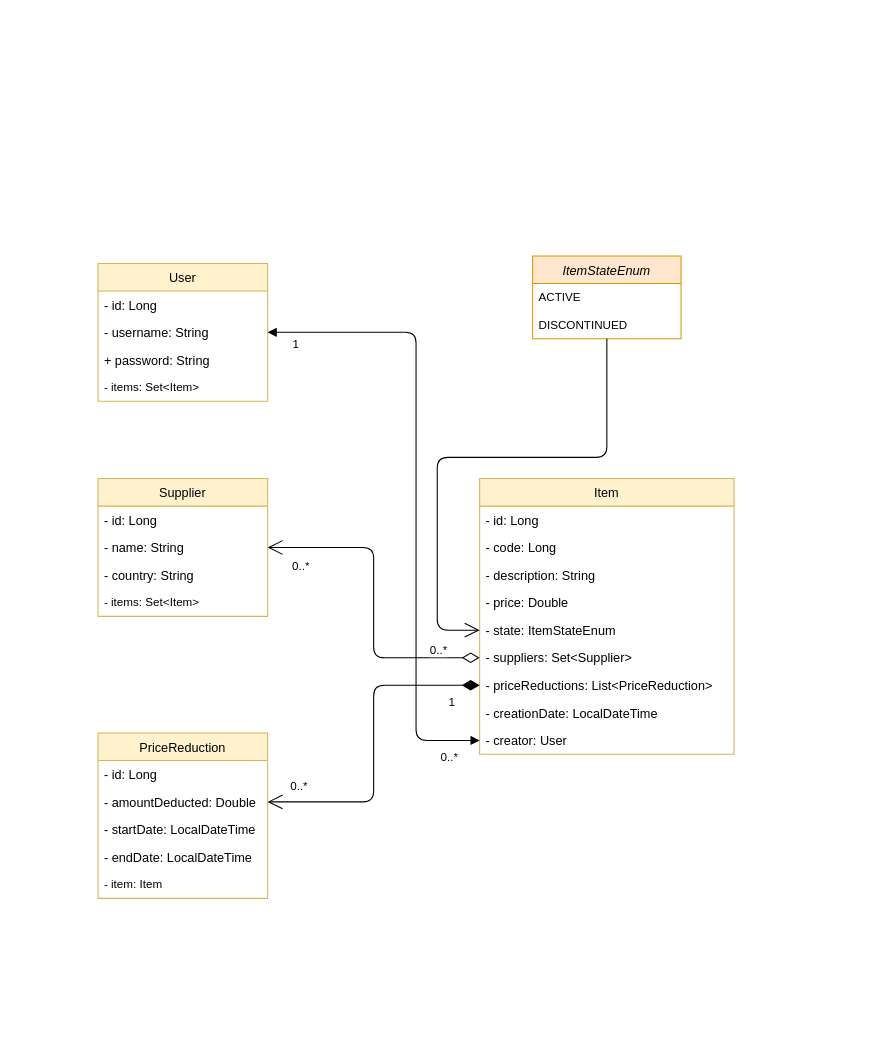
Zeida/example-business-java-api keeps this draw.io diagram as docs/uml_diagram_drawio.drawio. Above is the earlier version. Source tidied: cells renumbered, new cells numbered last; positions are measured from the earlier drawing's top-left corner, leaving out a move shared by most shapes. Both pictures are drawn from the tidied source at 106%, with x=0, y=0 at pixel (98, 255).
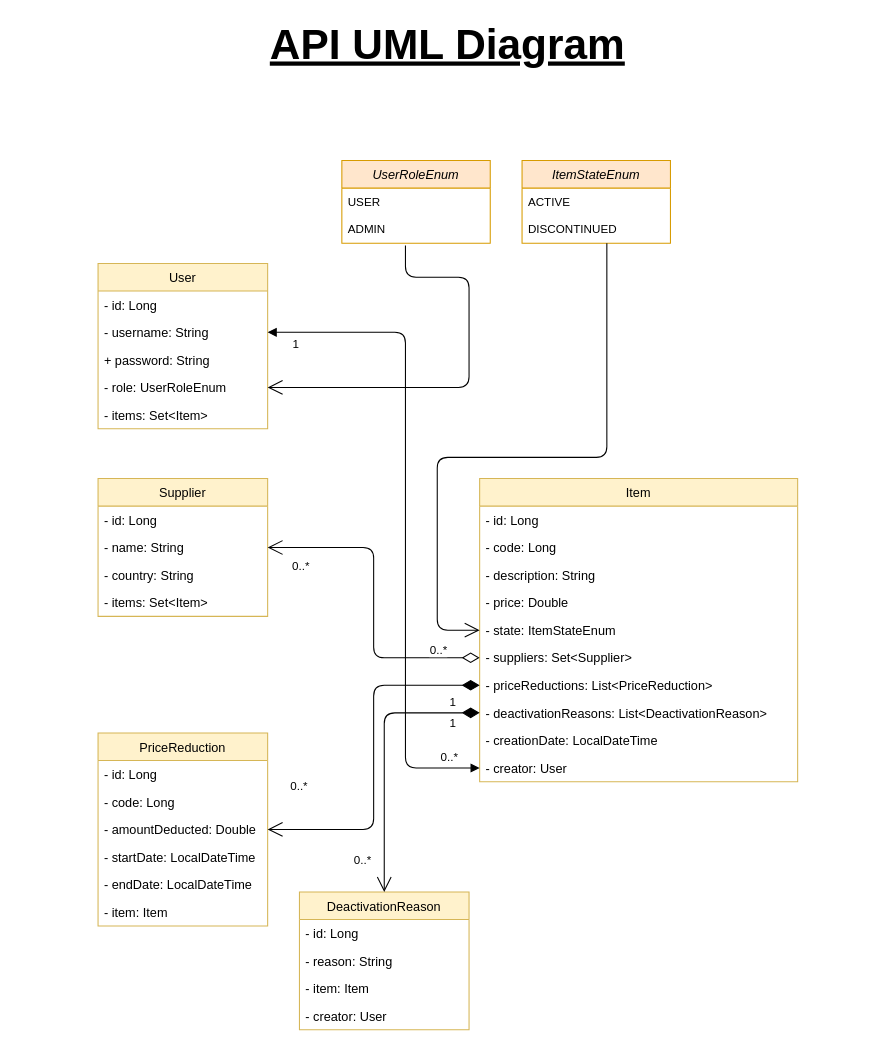
Above is the later version.

Commit message (it also covers changes not shown here):
Fixed Item tests to take into account the check on auth user. Generated getter/setter for deactivations in Item and ItemDTO. Update the UML diagram with the final model.

The change refers to these unchanged cells:
```xml
<mxCell id="15" value="Supplier" style="swimlane;fontStyle=0;horizontal=1;startSize=26;fillColor=#fff2cc;strokeColor=#d6b656;" parent="1" vertex="1">
  <mxGeometry y="210" width="160" height="130" as="geometry" />
</mxCell>
<mxCell id="28" value="- username: String" style="text;strokeColor=none;fillColor=none;align=left;verticalAlign=top;spacingLeft=4;spacingRight=4;overflow=hidden;points=[[0,0.5],[1,0.5]];portConstraint=eastwest;" parent="26" vertex="1">
  <mxGeometry y="52" width="160" height="26" as="geometry" />
</mxCell>
```

What changed in the source:
```diff
@@
     <mxCell id="2" value="Item" style="swimlane;fontStyle=0;horizontal=1;startSize=26;fillColor=#fff2cc;strokeColor=#d6b656;" parent="1" vertex="1">
-      <mxGeometry x="360" y="210" width="240" height="260" as="geometry" />
+      <mxGeometry x="360" y="210" width="300" height="286" as="geometry" />
     </mxCell>
     <mxCell id="3" value="- id: Long" style="text;strokeColor=none;fillColor=none;align=left;verticalAlign=top;spacingLeft=4;spacingRight=4;overflow=hidden;" parent="2" vertex="1">
-      <mxGeometry y="26" width="240" height="26" as="geometry" />
+      <mxGeometry y="26" width="300" height="26" as="geometry" />
     </mxCell>
     <mxCell id="4" value="- code: Long" style="text;strokeColor=none;fillColor=none;align=left;verticalAlign=top;spacingLeft=4;spacingRight=4;overflow=hidden;" parent="2" vertex="1">
-      <mxGeometry y="52" width="240" height="26" as="geometry" />
+      <mxGeometry y="52" width="300" height="26" as="geometry" />
     </mxCell>
     <mxCell id="5" value="- description: String" style="text;strokeColor=none;fillColor=none;align=left;verticalAlign=top;spacingLeft=4;spacingRight=4;overflow=hidden;" parent="2" vertex="1">
-      <mxGeometry y="78" width="240" height="26" as="geometry" />
+      <mxGeometry y="78" width="300" height="26" as="geometry" />
     </mxCell>
     <mxCell id="6" value="- price: Double&#10;" style="text;strokeColor=none;fillColor=none;align=left;verticalAlign=top;spacingLeft=4;spacingRight=4;overflow=hidden;" parent="2" vertex="1">
-      <mxGeometry y="104" width="240" height="26" as="geometry" />
+      <mxGeometry y="104" width="300" height="26" as="geometry" />
     </mxCell>
     <mxCell id="7" value="- state: ItemStateEnum" style="text;strokeColor=none;fillColor=none;align=left;verticalAlign=top;spacingLeft=4;spacingRight=4;overflow=hidden;points=[[0,0.5],[1,0.5]];portConstraint=eastwest;" parent="2" vertex="1">
-      <mxGeometry y="130" width="240" height="26" as="geometry" />
+      <mxGeometry y="130" width="300" height="26" as="geometry" />
     </mxCell>
     <mxCell id="8" value="- suppliers: Set&lt;Supplier&gt;" style="text;strokeColor=none;fillColor=none;align=left;verticalAlign=top;spacingLeft=4;spacingRight=4;overflow=hidden;points=[[0,0.5],[1,0.5]];portConstraint=eastwest;" parent="2" vertex="1">
-      <mxGeometry y="156" width="240" height="26" as="geometry" />
+      <mxGeometry y="156" width="300" height="26" as="geometry" />
     </mxCell>
     <mxCell id="9" value="- priceReductions: List&lt;PriceReduction&gt;" style="text;strokeColor=none;fillColor=none;align=left;verticalAlign=top;spacingLeft=4;spacingRight=4;overflow=hidden;points=[[0,0.5],[1,0.5]];portConstraint=eastwest;" parent="2" vertex="1">
-      <mxGeometry y="182" width="240" height="26" as="geometry" />
+      <mxGeometry y="182" width="300" height="26" as="geometry" />
     </mxCell>
+    <mxCell id="40" value="- deactivationReasons: List&lt;DeactivationReason&gt;" style="text;strokeColor=none;fillColor=none;align=left;verticalAlign=top;spacingLeft=4;spacingRight=4;overflow=hidden;points=[[0,0.5],[1,0.5]];portConstraint=eastwest;" parent="2" vertex="1">
+      <mxGeometry y="208" width="300" height="26" as="geometry" />
+    </mxCell>
     <mxCell id="10" value="- creationDate: LocalDateTime" style="text;strokeColor=none;fillColor=none;align=left;verticalAlign=top;spacingLeft=4;spacingRight=4;overflow=hidden;" parent="2" vertex="1">
-      <mxGeometry y="208" width="240" height="26" as="geometry" />
+      <mxGeometry y="234" width="300" height="26" as="geometry" />
     </mxCell>
     <mxCell id="11" value="- creator: User" style="text;strokeColor=none;fillColor=none;align=left;verticalAlign=top;spacingLeft=4;spacingRight=4;overflow=hidden;points=[[0,0.5],[1,0.5]];portConstraint=eastwest;" parent="2" vertex="1">
-      <mxGeometry y="234" width="240" height="26" as="geometry" />
+      <mxGeometry y="260" width="300" height="26" as="geometry" />
     </mxCell>
     <mxCell id="12" value="ItemStateEnum" style="swimlane;fontStyle=2;horizontal=1;startSize=26;fillColor=#ffe6cc;strokeColor=#d79b00;" parent="1" vertex="1">
-      <mxGeometry x="410" width="140" height="78" as="geometry" />
+      <mxGeometry x="400" y="-90" width="140" height="78" as="geometry" />
     </mxCell>
@@
-    <mxCell id="19" value="- items: Set&lt;Item&gt;" style="text;strokeColor=none;fillColor=none;align=left;verticalAlign=top;spacingLeft=4;spacingRight=4;overflow=hidden;fontSize=11;" parent="15" vertex="1">
+    <mxCell id="19" value="- items: Set&lt;Item&gt;" style="text;strokeColor=none;fillColor=none;align=left;verticalAlign=top;spacingLeft=4;spacingRight=4;overflow=hidden;fontSize=12;" parent="15" vertex="1">
       <mxGeometry y="104" width="160" height="26" as="geometry" />
     </mxCell>
     <mxCell id="20" value="PriceReduction" style="swimlane;fontStyle=0;horizontal=1;startSize=26;fillColor=#fff2cc;strokeColor=#d6b656;" parent="1" vertex="1">
-      <mxGeometry y="450" width="160" height="156" as="geometry" />
+      <mxGeometry y="450" width="160" height="182" as="geometry" />
     </mxCell>
@@
+    <mxCell id="41" value="- code: Long" style="text;strokeColor=none;fillColor=none;align=left;verticalAlign=top;spacingLeft=4;spacingRight=4;overflow=hidden;" parent="20" vertex="1">
+      <mxGeometry y="52" width="160" height="26" as="geometry" />
+    </mxCell>
     <mxCell id="22" value="- amountDeducted: Double" style="text;strokeColor=none;fillColor=none;align=left;verticalAlign=top;spacingLeft=4;spacingRight=4;overflow=hidden;points=[[0,0.5],[1,0.5]];portConstraint=eastwest;" parent="20" vertex="1">
-      <mxGeometry y="52" width="160" height="26" as="geometry" />
+      <mxGeometry y="78" width="160" height="26" as="geometry" />
     </mxCell>
     <mxCell id="23" value="- startDate: LocalDateTime" style="text;strokeColor=none;fillColor=none;align=left;verticalAlign=top;spacingLeft=4;spacingRight=4;overflow=hidden;" parent="20" vertex="1">
-      <mxGeometry y="78" width="160" height="26" as="geometry" />
+      <mxGeometry y="104" width="160" height="26" as="geometry" />
     </mxCell>
     <mxCell id="24" value="- endDate: LocalDateTime" style="text;strokeColor=none;fillColor=none;align=left;verticalAlign=top;spacingLeft=4;spacingRight=4;overflow=hidden;" parent="20" vertex="1">
-      <mxGeometry y="104" width="160" height="26" as="geometry" />
+      <mxGeometry y="130" width="160" height="26" as="geometry" />
     </mxCell>
-    <mxCell id="25" value="- item: Item" style="text;strokeColor=none;fillColor=none;align=left;verticalAlign=top;spacingLeft=4;spacingRight=4;overflow=hidden;fontSize=11;" parent="20" vertex="1">
-      <mxGeometry y="130" width="160" height="26" as="geometry" />
+    <mxCell id="25" value="- item: Item" style="text;strokeColor=none;fillColor=none;align=left;verticalAlign=top;spacingLeft=4;spacingRight=4;overflow=hidden;fontSize=12;" parent="20" vertex="1">
+      <mxGeometry y="156" width="160" height="26" as="geometry" />
     </mxCell>
     <mxCell id="26" value="User" style="swimlane;fontStyle=0;horizontal=1;startSize=26;fillColor=#fff2cc;strokeColor=#d6b656;" parent="1" vertex="1">
-      <mxGeometry y="7" width="160" height="130" as="geometry" />
+      <mxGeometry y="7" width="160" height="156" as="geometry" />
     </mxCell>
@@
+    <mxCell id="42" value="- role: UserRoleEnum" style="text;strokeColor=none;fillColor=none;align=left;verticalAlign=top;spacingLeft=4;spacingRight=4;overflow=hidden;points=[[0,0.5],[1,0.5]];portConstraint=eastwest;" parent="26" vertex="1">
+      <mxGeometry y="104" width="160" height="26" as="geometry" />
+    </mxCell>
-    <mxCell id="30" value="- items: Set&lt;Item&gt;" style="text;strokeColor=none;fillColor=none;align=left;verticalAlign=top;spacingLeft=4;spacingRight=4;overflow=hidden;fontSize=11;" parent="26" vertex="1">
-      <mxGeometry y="104" width="160" height="26" as="geometry" />
+    <mxCell id="30" value="- items: Set&lt;Item&gt;" style="text;strokeColor=none;fillColor=none;align=left;verticalAlign=top;spacingLeft=4;spacingRight=4;overflow=hidden;fontSize=12;" parent="26" vertex="1">
+      <mxGeometry y="130" width="160" height="26" as="geometry" />
     </mxCell>
     <mxCell id="31" value="1" style="endArrow=open;html=1;endSize=12;startArrow=diamondThin;startSize=14;startFill=1;edgeStyle=orthogonalEdgeStyle;align=left;verticalAlign=bottom;entryX=1;entryY=0.5;entryDx=0;entryDy=0;" parent="1" edge="1" source="9" target="22">
-      <mxGeometry x="-0.8" y="25" relative="1" as="geometry" />
+      <mxGeometry x="-0.82" y="25" relative="1" as="geometry" />
     </mxCell>
@@
-    <mxCell id="36" style="endArrow=block;startArrow=block;endFill=1;startFill=1;html=1;fontSize=11;exitX=1;exitY=0.5;exitDx=0;exitDy=0;entryX=0;entryY=0.5;entryDx=0;entryDy=0;edgeStyle=orthogonalEdgeStyle;" parent="1" edge="1" source="28" target="11">
+    <mxCell id="36" style="endArrow=block;startArrow=block;endFill=1;startFill=1;html=1;fontSize=11;exitX=1;exitY=0.5;exitDx=0;exitDy=0;entryX=0;entryY=0.5;entryDx=0;entryDy=0;edgeStyle=elbowEdgeStyle;" parent="1" edge="1" source="28" target="11">
       <mxGeometry relative="1" as="geometry">
         <Array as="points">
-          <mxPoint x="300" y="72" />
-          <mxPoint x="300" y="457" />
+          <mxPoint x="290" y="290" />
         </Array>
       </mxGeometry>
     </mxCell>
@@
+    <mxCell id="43" value="UserRoleEnum" style="swimlane;fontStyle=2;horizontal=1;startSize=26;fillColor=#ffe6cc;strokeColor=#d79b00;" parent="1" vertex="1">
+      <mxGeometry x="230" y="-90" width="140" height="78" as="geometry" />
+    </mxCell>
+    <mxCell id="44" value="USER" style="text;strokeColor=none;fillColor=none;align=left;verticalAlign=top;spacingLeft=4;spacingRight=4;overflow=hidden;fontSize=11;" parent="43" vertex="1">
+      <mxGeometry y="26" width="140" height="26" as="geometry" />
+    </mxCell>
+    <mxCell id="45" value="ADMIN" style="text;strokeColor=none;fillColor=none;align=left;verticalAlign=top;spacingLeft=4;spacingRight=4;overflow=hidden;fontSize=11;" parent="43" vertex="1">
+      <mxGeometry y="52" width="140" height="26" as="geometry" />
+    </mxCell>
+    <mxCell id="46" style="endArrow=open;endFill=1;endSize=12;html=1;strokeColor=#000000;fontSize=11;entryX=1;entryY=0.5;entryDx=0;entryDy=0;edgeStyle=orthogonalEdgeStyle;" parent="1" edge="1" target="42">
+      <mxGeometry relative="1" as="geometry">
+        <mxPoint x="290" y="-10" as="sourcePoint" />
+        <Array as="points">
+          <mxPoint x="290" y="20" />
+          <mxPoint x="350" y="20" />
+          <mxPoint x="350" y="124" />
+        </Array>
+      </mxGeometry>
+    </mxCell>
+    <mxCell id="47" value="DeactivationReason" style="swimlane;fontStyle=0;horizontal=1;startSize=26;fillColor=#fff2cc;strokeColor=#d6b656;" parent="1" vertex="1">
+      <mxGeometry x="190" y="600" width="160" height="130" as="geometry" />
+    </mxCell>
+    <mxCell id="48" value="- id: Long" style="text;strokeColor=none;fillColor=none;align=left;verticalAlign=top;spacingLeft=4;spacingRight=4;overflow=hidden;" parent="47" vertex="1">
+      <mxGeometry y="26" width="160" height="26" as="geometry" />
+    </mxCell>
+    <mxCell id="49" value="- reason: String" style="text;strokeColor=none;fillColor=none;align=left;verticalAlign=top;spacingLeft=4;spacingRight=4;overflow=hidden;" parent="47" vertex="1">
+      <mxGeometry y="52" width="160" height="26" as="geometry" />
+    </mxCell>
+    <mxCell id="50" value="- item: Item" style="text;strokeColor=none;fillColor=none;align=left;verticalAlign=top;spacingLeft=4;spacingRight=4;overflow=hidden;" parent="47" vertex="1">
+      <mxGeometry y="78" width="160" height="26" as="geometry" />
+    </mxCell>
+    <mxCell id="51" value="- creator: User" style="text;strokeColor=none;fillColor=none;align=left;verticalAlign=top;spacingLeft=4;spacingRight=4;overflow=hidden;fontSize=12;" parent="47" vertex="1">
+      <mxGeometry y="104" width="160" height="26" as="geometry" />
+    </mxCell>
+    <mxCell id="52" value="1" style="endArrow=open;html=1;endSize=12;startArrow=diamondThin;startSize=14;startFill=1;edgeStyle=orthogonalEdgeStyle;align=left;verticalAlign=bottom;exitX=0;exitY=0.5;exitDx=0;exitDy=0;" parent="1" edge="1" source="40" target="47">
+      <mxGeometry x="-0.77" y="19" relative="1" as="geometry" />
+    </mxCell>
+    <mxCell id="53" value="0..*" style="text;html=1;strokeColor=none;fillColor=none;align=center;verticalAlign=middle;whiteSpace=wrap;rounded=0;fontSize=11;" parent="1" vertex="1">
+      <mxGeometry x="230" y="560" width="40" height="20" as="geometry" />
+    </mxCell>
+    <mxCell id="54" value="API UML Diagram" style="text;html=1;strokeColor=none;fillColor=none;align=center;verticalAlign=middle;whiteSpace=wrap;rounded=0;fontSize=40;fontStyle=5;" parent="1" vertex="1">
+      <mxGeometry x="-75" y="-210" width="810" height="20" as="geometry" />
+    </mxCell>
```
